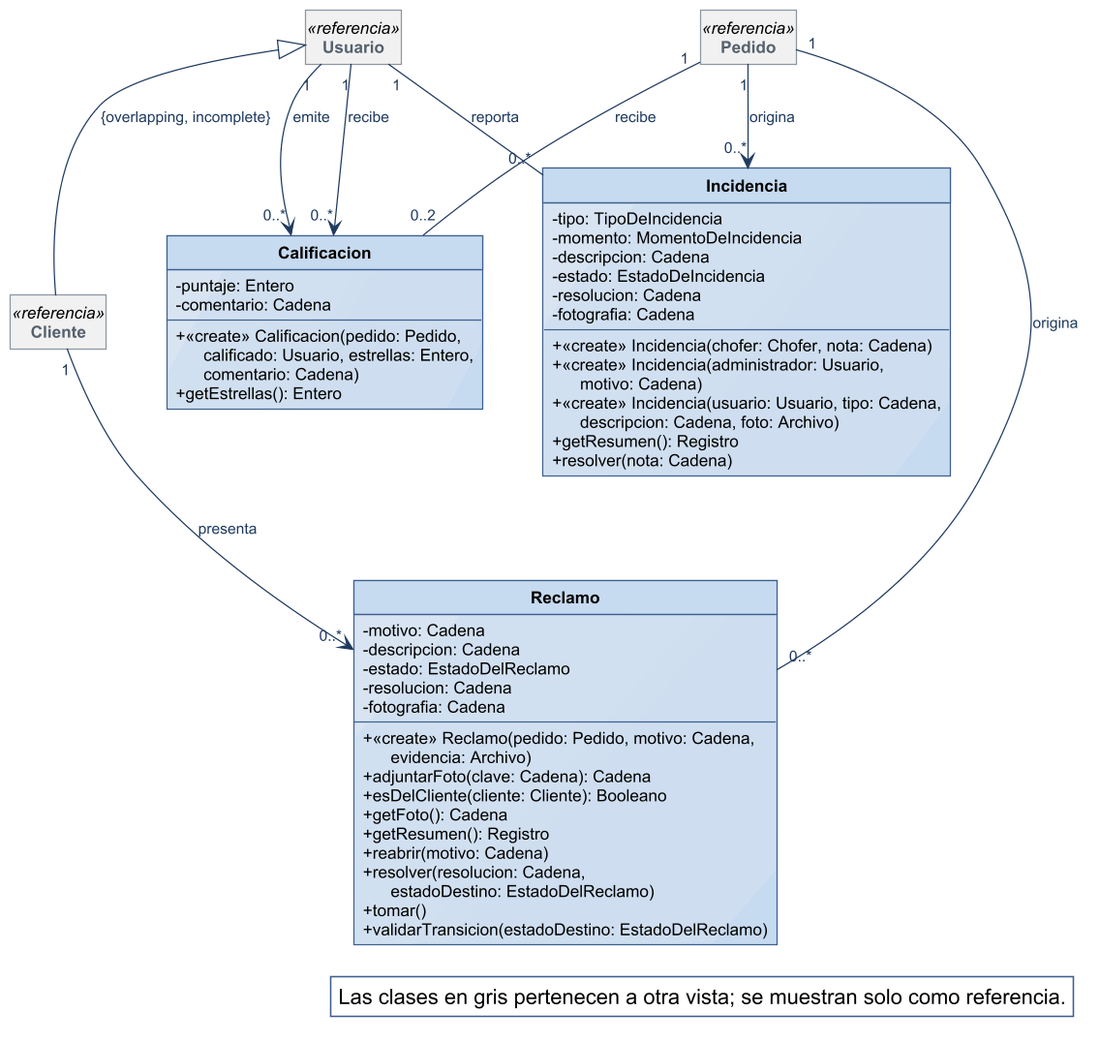
Above: diagramas/clases-diseno/DC_Posventa.png in Nahuelito-Dev/splg-docs (PlantUML), before the change.
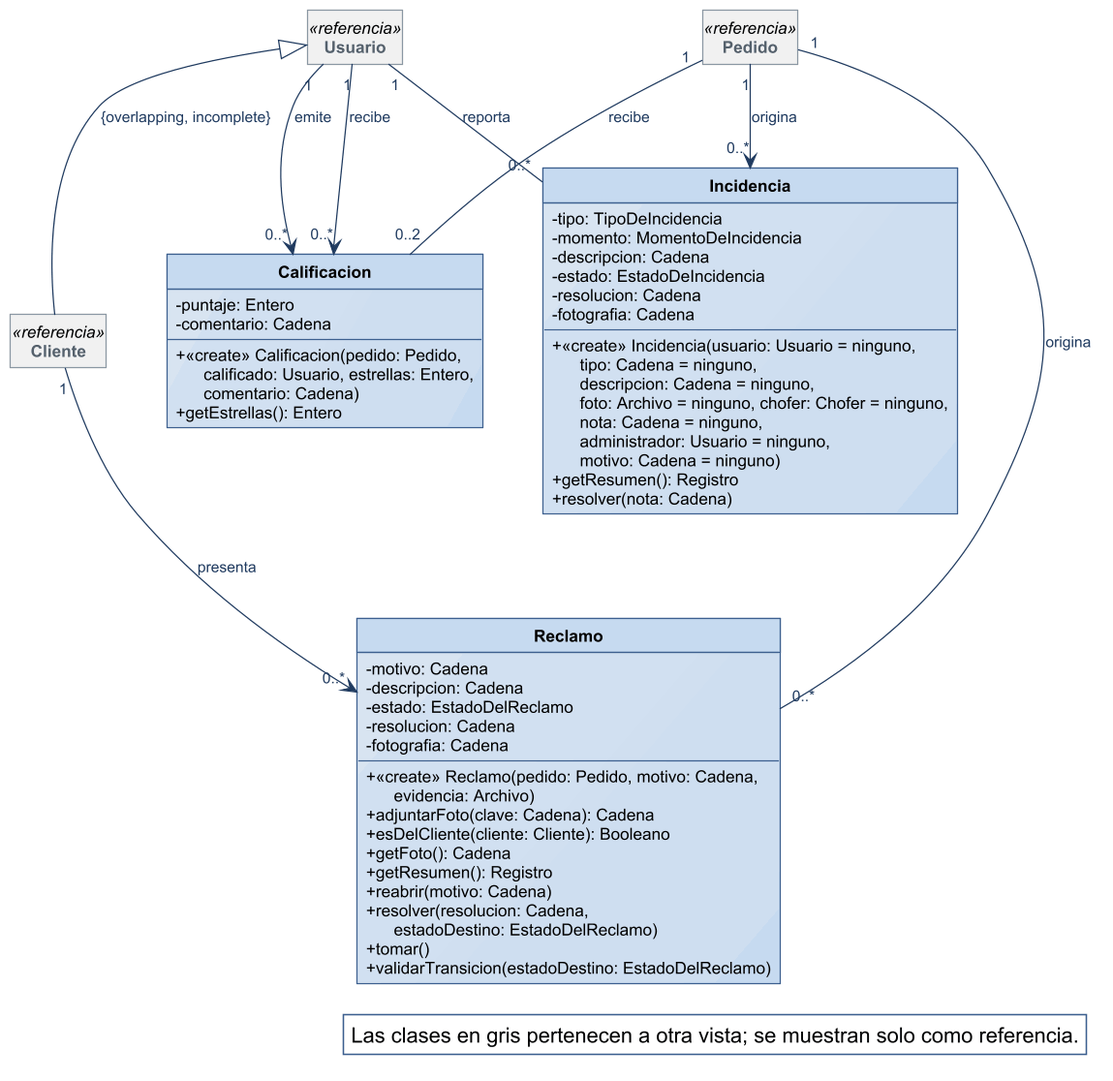
The same file after the commit.

Diff of the diagram source:
```diff
@@ -40,9 +40,7 @@
   - estado: EstadoDeIncidencia
   - resolucion: Cadena
   - fotografia: Cadena
-  + «create» Incidencia(chofer: Chofer, nota: Cadena)
-  + «create» Incidencia(administrador: Usuario,\n      motivo: Cadena)
-  + «create» Incidencia(usuario: Usuario, tipo: Cadena,\n      descripcion: Cadena, foto: Archivo)
+  + «create» Incidencia(usuario: Usuario = ninguno,\n      tipo: Cadena = ninguno,\n      descripcion: Cadena = ninguno,\n      foto: Archivo = ninguno, chofer: Chofer = ninguno,\n      nota: Cadena = ninguno,\n      administrador: Usuario = ninguno,\n      motivo: Cadena = ninguno)
   + getResumen(): Registro
   + resolver(nota: Cadena)
 }
```
